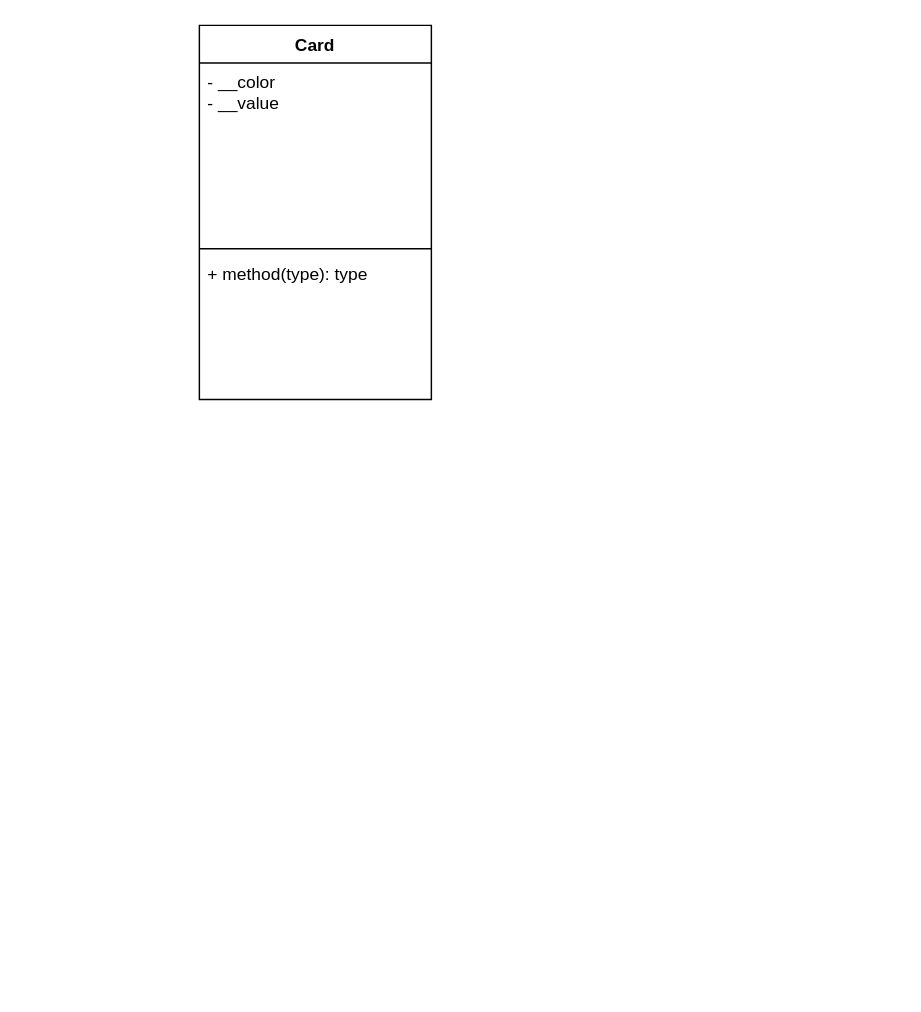
Above: page "Dijagram klasa modela tresete" (10 of 10) of Dijagram.drawio in TheRealJoci/Tressette-Terminal-Card-Game (draw.io), before the change. Source tidied: cells renumbered, new cells numbered last; positions are measured from the earlier drawing's top-left corner, leaving out a move shared by most shapes. Both pictures are drawn from the tidied source at 145%, with x=0, y=0 at pixel (199, 25).
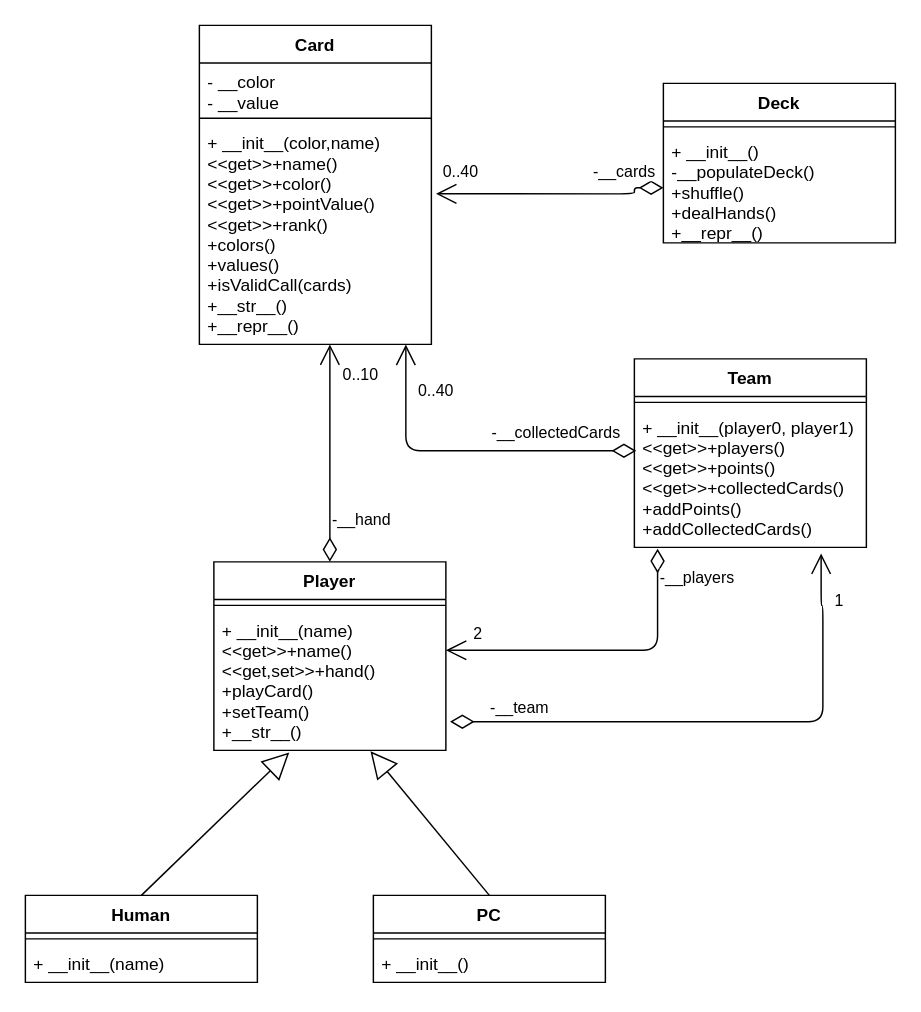
After the change.

What changed in the source:
```diff
@@
     <mxCell id="2" value="Card" style="swimlane;fontStyle=1;align=center;verticalAlign=top;horizontal=1;startSize=26;" parent="1" vertex="1">
-      <mxGeometry width="160" height="258" as="geometry" />
+      <mxGeometry width="160" height="220" as="geometry" />
     </mxCell>
-    <mxCell id="3" value="- __color&#10;- __value" style="text;strokeColor=none;fillColor=none;align=left;verticalAlign=top;spacingLeft=4;spacingRight=4;overflow=hidden;" parent="2" vertex="1">
-      <mxGeometry y="26" width="160" height="124" as="geometry" />
+    <mxCell id="3" value="- __color&#10;- __value&#10;" style="text;strokeColor=none;fillColor=none;align=left;verticalAlign=top;spacingLeft=4;spacingRight=4;overflow=hidden;" parent="2" vertex="1">
+      <mxGeometry y="26" width="160" height="34" as="geometry" />
     </mxCell>
     <mxCell id="4" style="line;strokeWidth=1;fillColor=none;align=left;verticalAlign=middle;spacingTop=-1;spacingLeft=3;spacingRight=3;labelPosition=right;" parent="2" vertex="1">
-      <mxGeometry y="150" width="160" height="8" as="geometry" />
+      <mxGeometry y="60" width="160" height="8" as="geometry" />
     </mxCell>
-    <mxCell id="5" value="+ method(type): type" style="text;strokeColor=none;fillColor=none;align=left;verticalAlign=top;spacingLeft=4;spacingRight=4;overflow=hidden;points=[[0,0.5],[1,0.5]];portConstraint=eastwest;" parent="2" vertex="1">
-      <mxGeometry y="158" width="160" height="100" as="geometry" />
+    <mxCell id="5" value="+ __init__(color,name)&#10;&lt;&lt;get&gt;&gt;+name()&#10;&lt;&lt;get&gt;&gt;+color()&#10;&lt;&lt;get&gt;&gt;+pointValue()&#10;&lt;&lt;get&gt;&gt;+rank()&#10;+colors()&#10;+values()&#10;+isValidCall(cards)&#10;+__str__()&#10;+__repr__()" style="text;strokeColor=none;fillColor=none;align=left;verticalAlign=top;spacingLeft=4;spacingRight=4;overflow=hidden;points=[[0,0.5],[1,0.5]];portConstraint=eastwest;" parent="2" vertex="1">
+      <mxGeometry y="68" width="160" height="152" as="geometry" />
     </mxCell>
+    <mxCell id="6" value="Deck" style="swimlane;fontStyle=1;align=center;verticalAlign=top;horizontal=1;startSize=26;" parent="1" vertex="1">
+      <mxGeometry x="320" y="40" width="160" height="110" as="geometry" />
+    </mxCell>
+    <mxCell id="7" style="line;strokeWidth=1;fillColor=none;align=left;verticalAlign=middle;spacingTop=-1;spacingLeft=3;spacingRight=3;labelPosition=right;" parent="6" vertex="1">
+      <mxGeometry y="26" width="160" height="8" as="geometry" />
+    </mxCell>
+    <mxCell id="8" value="+ __init__()&#10;-__populateDeck()&#10;+shuffle()&#10;+dealHands()&#10;+__repr__()" style="text;strokeColor=none;fillColor=none;align=left;verticalAlign=top;spacingLeft=4;spacingRight=4;overflow=hidden;points=[[0,0.5],[1,0.5]];portConstraint=eastwest;" parent="6" vertex="1">
+      <mxGeometry y="34" width="160" height="76" as="geometry" />
+    </mxCell>
+    <mxCell id="9" value="Team" style="swimlane;fontStyle=1;align=center;verticalAlign=top;horizontal=1;startSize=26;" parent="1" vertex="1">
+      <mxGeometry x="300" y="230" width="160" height="130" as="geometry" />
+    </mxCell>
+    <mxCell id="10" style="line;strokeWidth=1;fillColor=none;align=left;verticalAlign=middle;spacingTop=-1;spacingLeft=3;spacingRight=3;labelPosition=right;" parent="9" vertex="1">
+      <mxGeometry y="26" width="160" height="8" as="geometry" />
+    </mxCell>
+    <mxCell id="11" value="+ __init__(player0, player1)&#10;&lt;&lt;get&gt;&gt;+players()&#10;&lt;&lt;get&gt;&gt;+points()&#10;&lt;&lt;get&gt;&gt;+collectedCards()&#10;+addPoints()&#10;+addCollectedCards()" style="text;strokeColor=none;fillColor=none;align=left;verticalAlign=top;spacingLeft=4;spacingRight=4;overflow=hidden;points=[[0,0.5],[1,0.5]];portConstraint=eastwest;" parent="9" vertex="1">
+      <mxGeometry y="34" width="160" height="96" as="geometry" />
+    </mxCell>
+    <mxCell id="12" value="Player" style="swimlane;fontStyle=1;align=center;verticalAlign=top;horizontal=1;startSize=26;" parent="1" vertex="1">
+      <mxGeometry x="10" y="370" width="160" height="130" as="geometry" />
+    </mxCell>
+    <mxCell id="13" style="line;strokeWidth=1;fillColor=none;align=left;verticalAlign=middle;spacingTop=-1;spacingLeft=3;spacingRight=3;labelPosition=right;" parent="12" vertex="1">
+      <mxGeometry y="26" width="160" height="8" as="geometry" />
+    </mxCell>
+    <mxCell id="14" value="+ __init__(name)&#10;&lt;&lt;get&gt;&gt;+name()&#10;&lt;&lt;get,set&gt;&gt;+hand()&#10;+playCard()&#10;+setTeam()&#10;+__str__()" style="text;strokeColor=none;fillColor=none;align=left;verticalAlign=top;spacingLeft=4;spacingRight=4;overflow=hidden;points=[[0,0.5],[1,0.5]];portConstraint=eastwest;" parent="12" vertex="1">
+      <mxGeometry y="34" width="160" height="96" as="geometry" />
+    </mxCell>
+    <mxCell id="15" value="Human" style="swimlane;fontStyle=1;align=center;verticalAlign=top;horizontal=1;startSize=26;" parent="1" vertex="1">
+      <mxGeometry x="-120" y="600" width="160" height="60" as="geometry" />
+    </mxCell>
+    <mxCell id="16" style="line;strokeWidth=1;fillColor=none;align=left;verticalAlign=middle;spacingTop=-1;spacingLeft=3;spacingRight=3;labelPosition=right;" parent="15" vertex="1">
+      <mxGeometry y="26" width="160" height="8" as="geometry" />
+    </mxCell>
+    <mxCell id="17" value="+ __init__(name)" style="text;strokeColor=none;fillColor=none;align=left;verticalAlign=top;spacingLeft=4;spacingRight=4;overflow=hidden;" parent="15" vertex="1">
+      <mxGeometry y="34" width="160" height="26" as="geometry" />
+    </mxCell>
+    <mxCell id="18" value="PC" style="swimlane;fontStyle=1;align=center;verticalAlign=top;horizontal=1;startSize=26;" parent="1" vertex="1">
+      <mxGeometry x="120" y="600" width="160" height="60" as="geometry" />
+    </mxCell>
+    <mxCell id="19" style="line;strokeWidth=1;fillColor=none;align=left;verticalAlign=middle;spacingTop=-1;spacingLeft=3;spacingRight=3;labelPosition=right;" parent="18" vertex="1">
+      <mxGeometry y="26" width="160" height="8" as="geometry" />
+    </mxCell>
+    <mxCell id="20" value="+ __init__()" style="text;strokeColor=none;fillColor=none;align=left;verticalAlign=top;spacingLeft=4;spacingRight=4;overflow=hidden;" parent="18" vertex="1">
+      <mxGeometry y="34" width="160" height="26" as="geometry" />
+    </mxCell>
+    <mxCell id="21" style="endArrow=block;endSize=16;endFill=0;html=1;entryX=0.675;entryY=1.006;entryDx=0;entryDy=0;exitX=0.5;exitY=0;exitDx=0;exitDy=0;entryPerimeter=0;" parent="1" edge="1" source="18" target="14">
+      <mxGeometry relative="1" as="geometry" />
+    </mxCell>
+    <mxCell id="22" style="endArrow=block;endSize=16;endFill=0;html=1;entryX=0.325;entryY=1.015;entryDx=0;entryDy=0;exitX=0.5;exitY=0;exitDx=0;exitDy=0;entryPerimeter=0;" parent="1" edge="1" source="15" target="14">
+      <mxGeometry relative="1" as="geometry" />
+    </mxCell>
+    <mxCell id="23" value="-__hand" style="endArrow=open;html=1;endSize=12;startArrow=diamondThin;startSize=14;startFill=0;edgeStyle=orthogonalEdgeStyle;align=left;verticalAlign=bottom;exitX=0.5;exitY=0;exitDx=0;exitDy=0;" parent="1" edge="1" source="12">
+      <mxGeometry x="-0.73" relative="1" as="geometry">
+        <mxPoint x="90" y="220" as="targetPoint" />
+        <Array as="points">
+          <mxPoint x="90" y="223" />
+        </Array>
+      </mxGeometry>
+    </mxCell>
+    <mxCell id="24" value="0..10" style="edgeLabel;html=1;align=center;verticalAlign=middle;" parent="23" vertex="1">
+      <mxGeometry x="0.74" relative="1" as="geometry">
+        <mxPoint x="20" y="1" as="offset" />
+      </mxGeometry>
+    </mxCell>
+    <mxCell id="25" value="-__collectedCards" style="endArrow=open;html=1;endSize=12;startArrow=diamondThin;startSize=14;startFill=0;edgeStyle=orthogonalEdgeStyle;align=left;verticalAlign=bottom;exitX=0.008;exitY=0.306;exitDx=0;exitDy=0;entryX=0.89;entryY=1.001;entryDx=0;entryDy=0;entryPerimeter=0;exitPerimeter=0;" parent="1" edge="1" source="11" target="5">
+      <mxGeometry x="-0.13" y="-3" relative="1" as="geometry">
+        <Array as="points">
+          <mxPoint x="142" y="293" />
+        </Array>
+      </mxGeometry>
+    </mxCell>
+    <mxCell id="26" value="0..40" style="edgeLabel;html=1;align=center;verticalAlign=middle;" parent="25" vertex="1">
+      <mxGeometry x="0.74" relative="1" as="geometry">
+        <mxPoint x="20" y="1" as="offset" />
+      </mxGeometry>
+    </mxCell>
+    <mxCell id="27" value="-__cards" style="endArrow=open;html=1;endSize=12;startArrow=diamondThin;startSize=14;startFill=0;edgeStyle=orthogonalEdgeStyle;align=left;verticalAlign=bottom;entryX=1.02;entryY=0.317;entryDx=0;entryDy=0;entryPerimeter=0;exitX=0;exitY=0.5;exitDx=0;exitDy=0;" parent="1" edge="1" source="8" target="5">
+      <mxGeometry x="-0.33" y="-6" relative="1" as="geometry">
+        <Array as="points">
+          <mxPoint x="300" y="116" />
+        </Array>
+      </mxGeometry>
+    </mxCell>
+    <mxCell id="28" value="0..40" style="edgeLabel;html=1;align=center;verticalAlign=middle;" parent="27" vertex="1">
+      <mxGeometry x="0.89" y="5" relative="1" as="geometry">
+        <mxPoint x="7" y="-21" as="offset" />
+      </mxGeometry>
+    </mxCell>
+    <mxCell id="29" value="-__players" style="endArrow=open;html=1;endSize=12;startArrow=diamondThin;startSize=14;startFill=0;edgeStyle=orthogonalEdgeStyle;align=left;verticalAlign=bottom;entryX=1;entryY=0.281;entryDx=0;entryDy=0;entryPerimeter=0;exitX=0.1;exitY=1.01;exitDx=0;exitDy=0;exitPerimeter=0;" parent="1" edge="1" source="11" target="14">
+      <mxGeometry x="-0.73" relative="1" as="geometry">
+        <Array as="points">
+          <mxPoint x="316" y="431" />
+        </Array>
+      </mxGeometry>
+    </mxCell>
+    <mxCell id="30" value="2" style="edgeLabel;html=1;align=center;verticalAlign=middle;" parent="29" vertex="1">
+      <mxGeometry x="0.74" relative="1" as="geometry">
+        <mxPoint x="-6.4" y="-11" as="offset" />
+      </mxGeometry>
+    </mxCell>
+    <mxCell id="31" value="-__team" style="endArrow=open;html=1;endSize=12;startArrow=diamondThin;startSize=14;startFill=0;edgeStyle=orthogonalEdgeStyle;align=left;verticalAlign=bottom;entryX=0.805;entryY=1.044;entryDx=0;entryDy=0;entryPerimeter=0;exitX=1.018;exitY=0.794;exitDx=0;exitDy=0;exitPerimeter=0;" parent="1" edge="1" source="14" target="11">
+      <mxGeometry x="-0.86" relative="1" as="geometry">
+        <Array as="points">
+          <mxPoint x="430" y="480" />
+          <mxPoint x="430" y="400" />
+          <mxPoint x="429" y="400" />
+        </Array>
+      </mxGeometry>
+    </mxCell>
+    <mxCell id="32" value="1" style="edgeLabel;html=1;align=center;verticalAlign=middle;" parent="31" vertex="1">
+      <mxGeometry x="0.74" relative="1" as="geometry">
+        <mxPoint x="10" y="-15.3" as="offset" />
+      </mxGeometry>
+    </mxCell>
```
